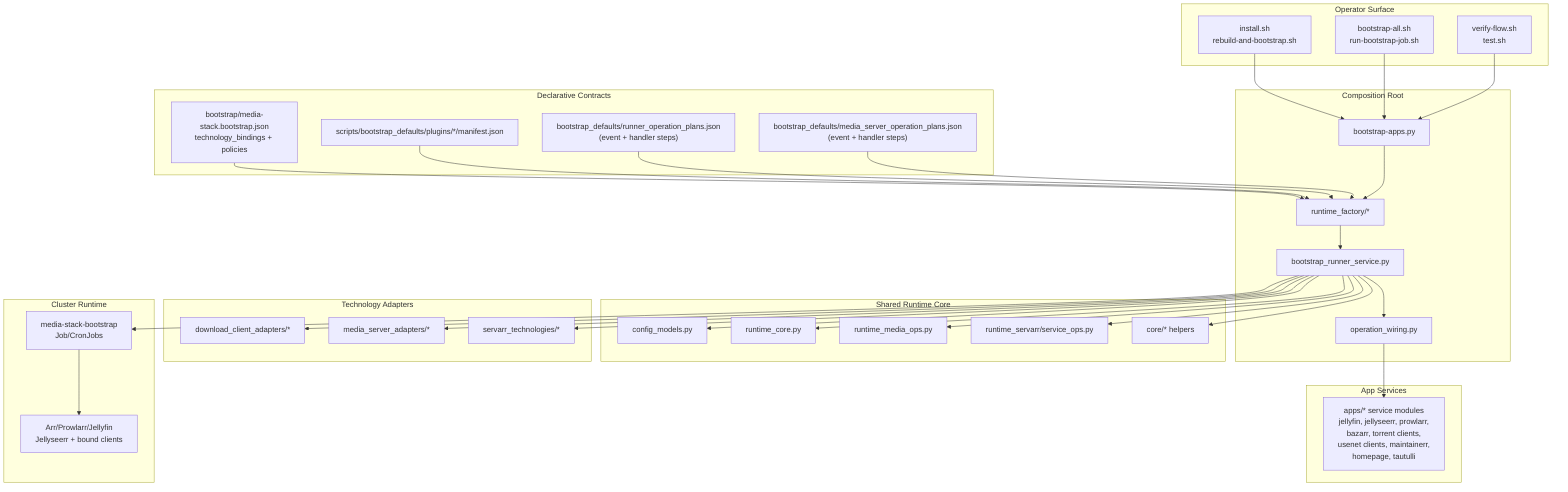
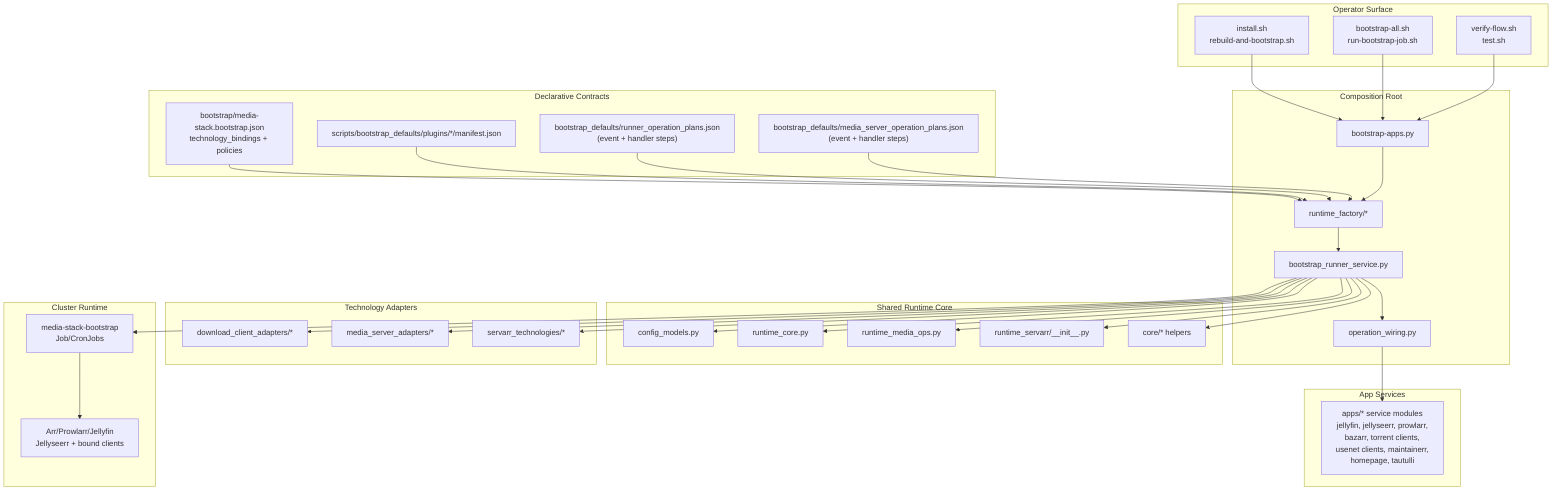
flowchart TD
  subgraph Operators[Operator Surface]
    SH1["install.sh\nrebuild-and-bootstrap.sh"]
    SH2["bootstrap-all.sh\nrun-bootstrap-job.sh"]
    SH3["verify-flow.sh\ntest.sh"]
  end

  subgraph Contracts[Declarative Contracts]
    CFG["bootstrap/media-stack.bootstrap.json\ntechnology_bindings + policies"]
    PM["scripts/bootstrap_defaults/plugins/*/manifest.json"]
    RPLAN["bootstrap_defaults/runner_operation_plans.json\n(event + handler steps)"]
    MPLAN["bootstrap_defaults/media_server_operation_plans.json\n(event + handler steps)"]
  end

  subgraph Entry[Composition Root]
    MAIN["bootstrap-apps.py"]
    RF["runtime_factory/*"]
    RUN["bootstrap_runner_service.py"]
    WIRE["operation_wiring.py"]
  end

  subgraph Core[Shared Runtime Core]
    CFGM["config_models.py"]
    CORE_RT["runtime_core.py"]
    MED["runtime_media_ops.py"]
-     ARR["runtime_servarr/service_ops.py"]
+     ARR["runtime_servarr/__init__.py"]
    LIB["core/* helpers"]
  end

  subgraph Adapters[Technology Adapters]
    DL["download_client_adapters/*"]
    MS["media_server_adapters/*"]
    SA["servarr_technologies/*"]
  end

  subgraph AppSvc[App Services]
    APPMOD["apps/* service modules\njellyfin, jellyseerr, prowlarr,\nbazarr, torrent clients,\nusenet clients, maintainerr,\nhomepage, tautulli"]
  end

  subgraph Runtime[Cluster Runtime]
    JOB["media-stack-bootstrap\nJob/CronJobs"]
    APPS["Arr/Prowlarr/Jellyfin\nJellyseerr + bound clients"]
  end

  SH1 --> MAIN
  SH2 --> MAIN
  SH3 --> MAIN

  CFG --> RF
  PM --> RF
  RPLAN --> RF
  MPLAN --> RF

  MAIN --> RF --> RUN --> WIRE

  RUN --> CFGM
  RUN --> CORE_RT
  RUN --> MED
  RUN --> ARR
  RUN --> LIB

  RUN --> DL
  RUN --> MS
  RUN --> SA

  WIRE --> APPMOD

  RUN --> JOB --> APPS
